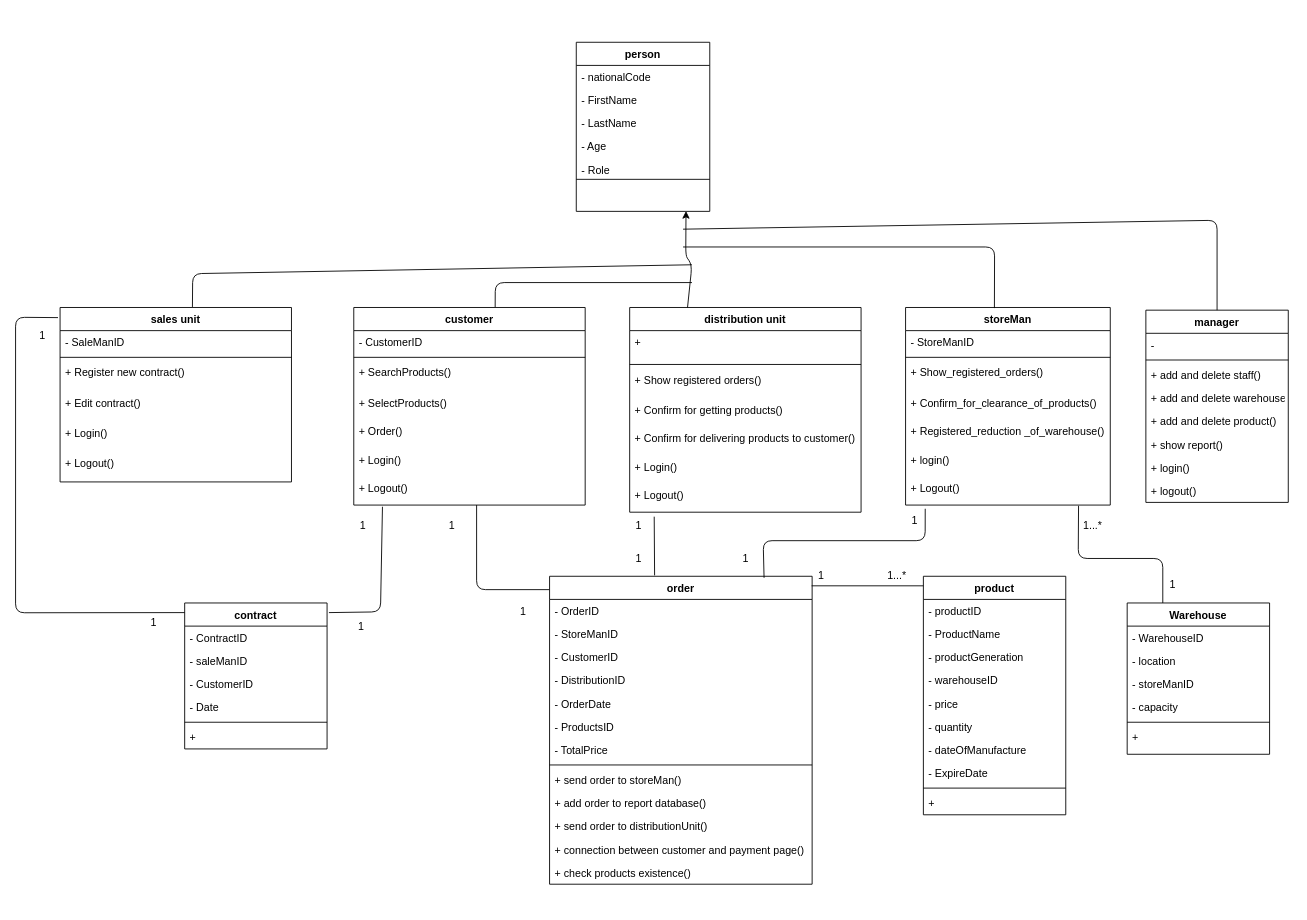
saghal/Integrated-warehouse-analyse keeps this draw.io diagram as Class diagram/classDiagram.drawio. Above is the earlier version. Source tidied: cells renumbered, new cells numbered last; positions are measured from the earlier drawing's top-left corner, leaving out a move shared by most shapes. Both pictures are drawn from the tidied source at 89%, with x=0, y=0 at pixel (15, 42).
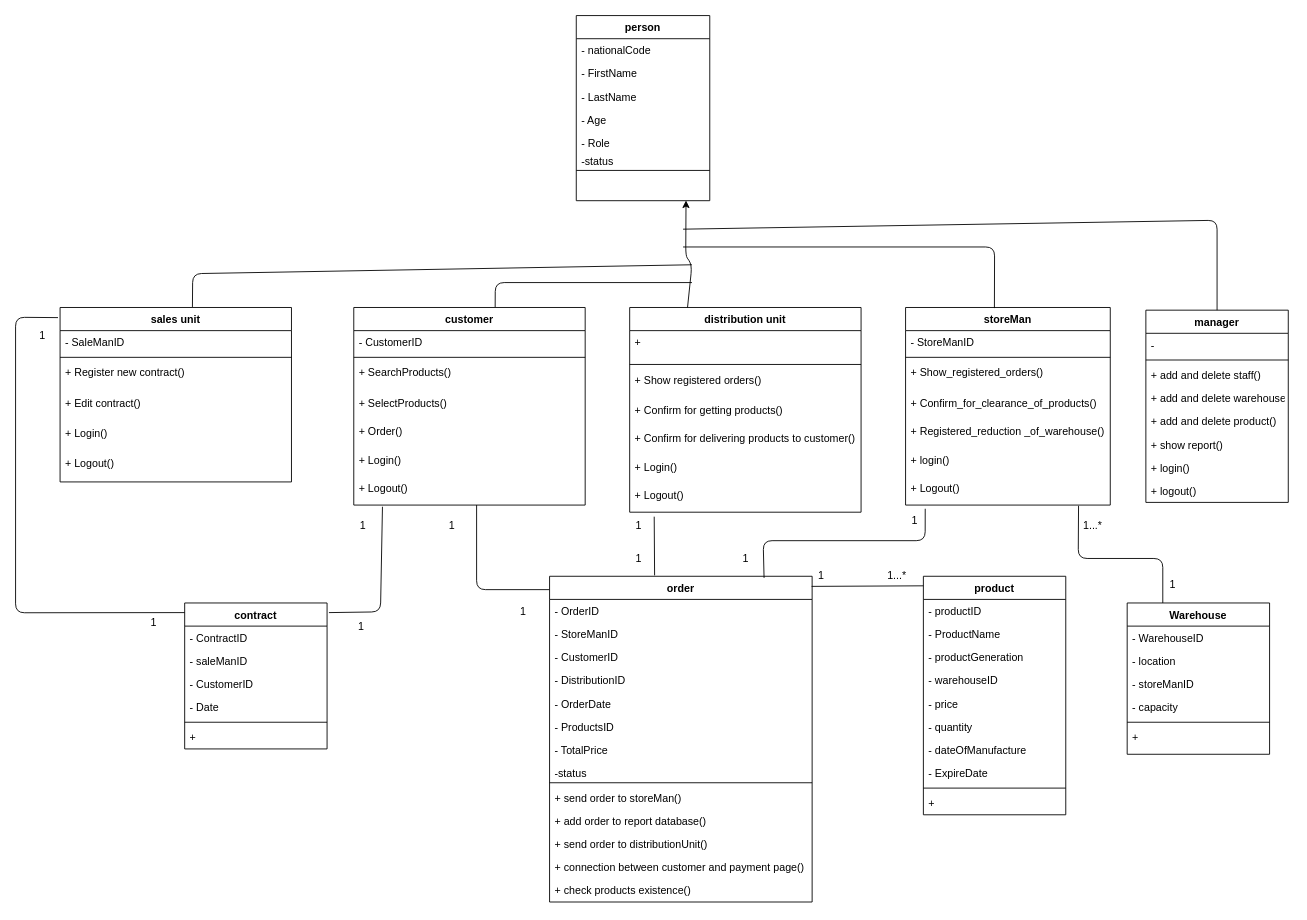
Above is the later version.

Commit message (it also covers changes not shown here):
update 'Class Diagram'

Diff of the diagram source:
```diff
@@
     <mxCell id="11" value="person" style="swimlane;fontStyle=1;align=center;verticalAlign=top;horizontal=1;startSize=26;" parent="1" vertex="1">
-      <mxGeometry x="630" width="150" height="190" as="geometry" />
+      <mxGeometry x="630" y="-30" width="150" height="208" as="geometry" />
     </mxCell>
@@
+    <mxCell id="115" value="-status" style="text;strokeColor=none;fillColor=none;align=left;verticalAlign=top;spacingLeft=4;spacingRight=4;overflow=hidden;" parent="11" vertex="1">
+      <mxGeometry y="150" width="150" height="20" as="geometry" />
+    </mxCell>
     <mxCell id="17" style="line;strokeWidth=1;fillColor=none;align=left;verticalAlign=middle;spacingTop=-1;spacingLeft=3;spacingRight=3;labelPosition=right;" parent="11" vertex="1">
-      <mxGeometry y="150" width="150" height="8" as="geometry" />
+      <mxGeometry y="170" width="150" height="8" as="geometry" />
     </mxCell>
     <mxCell id="18" value=" " style="text;strokeColor=none;fillColor=none;align=left;verticalAlign=top;spacingLeft=4;spacingRight=4;overflow=hidden;points=[[0,0.5],[1,0.5]];portConstraint=eastwest;" parent="11" vertex="1">
-      <mxGeometry y="158" width="150" height="32" as="geometry" />
+      <mxGeometry y="178" width="150" height="30" as="geometry" />
     </mxCell>
@@
     <mxCell id="39" value="order" style="swimlane;fontStyle=1;align=center;verticalAlign=top;horizontal=1;startSize=26;" parent="1" vertex="1">
-      <mxGeometry x="600" y="600" width="295" height="346" as="geometry" />
+      <mxGeometry x="600" y="600" width="295" height="366" as="geometry" />
     </mxCell>
@@
+    <mxCell id="116" value="-status" style="text;strokeColor=none;fillColor=none;align=left;verticalAlign=top;spacingLeft=4;spacingRight=4;overflow=hidden;" parent="39" vertex="1">
+      <mxGeometry y="208" width="295" height="20" as="geometry" />
+    </mxCell>
     <mxCell id="47" style="line;strokeWidth=1;fillColor=none;align=left;verticalAlign=middle;spacingTop=-1;spacingLeft=3;spacingRight=3;labelPosition=right;" parent="39" vertex="1">
-      <mxGeometry y="208" width="295" height="8" as="geometry" />
+      <mxGeometry y="228" width="295" height="8" as="geometry" />
     </mxCell>
     <mxCell id="48" value="+ send order to storeMan()" style="text;strokeColor=none;fillColor=none;align=left;verticalAlign=top;spacingLeft=4;spacingRight=4;overflow=hidden;" parent="39" vertex="1">
-      <mxGeometry y="216" width="295" height="26" as="geometry" />
+      <mxGeometry y="236" width="295" height="26" as="geometry" />
     </mxCell>
     <mxCell id="49" value="+ add order to report database()" style="text;strokeColor=none;fillColor=none;align=left;verticalAlign=top;spacingLeft=4;spacingRight=4;overflow=hidden;" parent="39" vertex="1">
-      <mxGeometry y="242" width="295" height="26" as="geometry" />
+      <mxGeometry y="262" width="295" height="26" as="geometry" />
     </mxCell>
     <mxCell id="50" value="+ send order to distributionUnit()" style="text;strokeColor=none;fillColor=none;align=left;verticalAlign=top;spacingLeft=4;spacingRight=4;overflow=hidden;" parent="39" vertex="1">
-      <mxGeometry y="268" width="295" height="26" as="geometry" />
+      <mxGeometry y="288" width="295" height="26" as="geometry" />
     </mxCell>
     <mxCell id="51" value="+ connection between customer and payment page()" style="text;strokeColor=none;fillColor=none;align=left;verticalAlign=top;spacingLeft=4;spacingRight=4;overflow=hidden;" parent="39" vertex="1">
-      <mxGeometry y="294" width="295" height="26" as="geometry" />
+      <mxGeometry y="314" width="295" height="26" as="geometry" />
     </mxCell>
     <mxCell id="52" value="+ check products existence()" style="text;strokeColor=none;fillColor=none;align=left;verticalAlign=top;spacingLeft=4;spacingRight=4;overflow=hidden;" parent="39" vertex="1">
-      <mxGeometry y="320" width="295" height="26" as="geometry" />
+      <mxGeometry y="340" width="295" height="26" as="geometry" />
     </mxCell>
```
